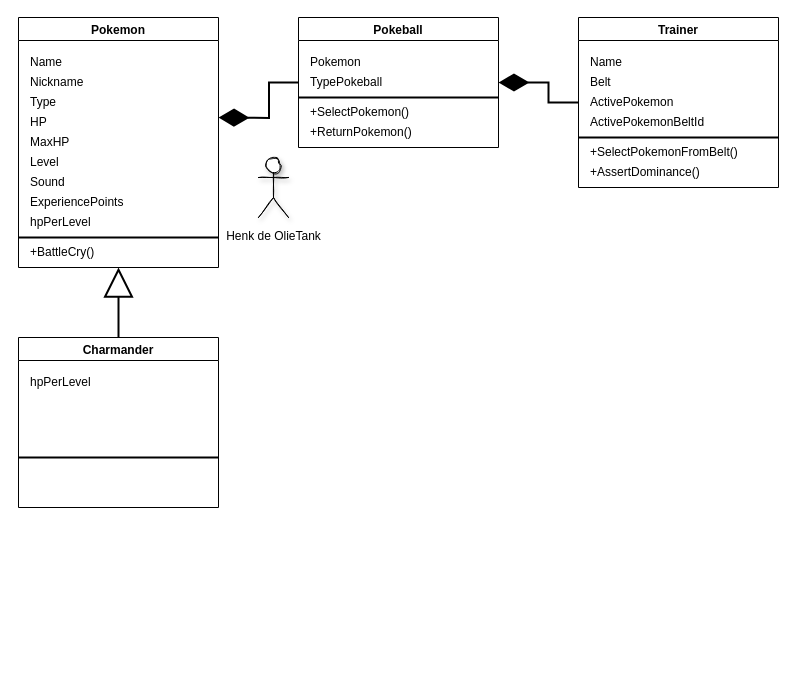
Above: year 2/oop/assignment 1/assignment 1/class diagram.drawio in oldmartijntje/Davinki (draw.io), before the change. Source tidied: cells renumbered, new cells numbered last; positions are measured from the earlier drawing's top-left corner, leaving out a move shared by most shapes. Both pictures are drawn from the tidied source at 100%, with x=0, y=0 at pixel (18, 17).
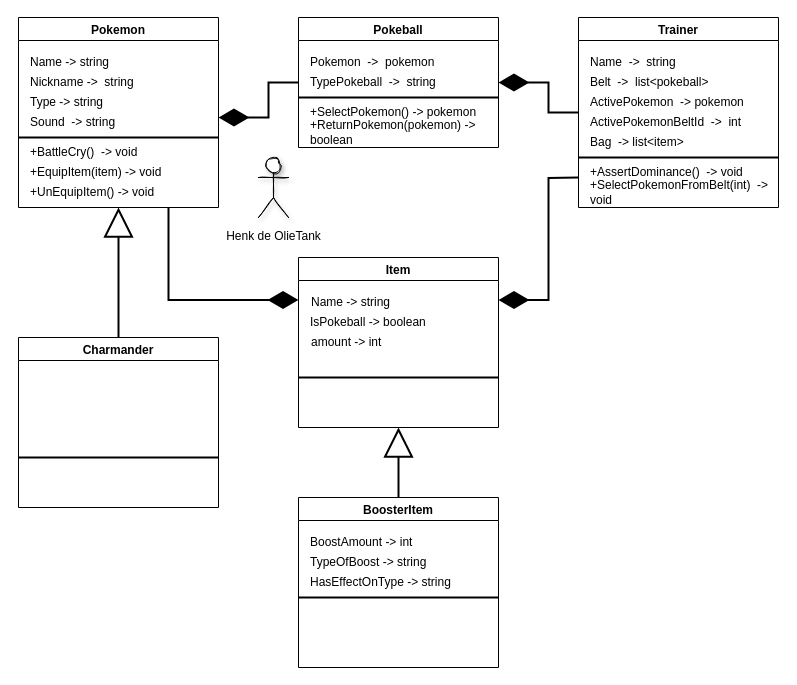
The same diagram, later.

Unchanged cells that the change refers to:
```xml
<mxCell id="15" value="Pokeball" style="swimlane;fillStyle=auto;fillColor=default;swimlaneFillColor=default;" parent="1" vertex="1">
  <mxGeometry x="280" width="200" height="130" as="geometry" />
</mxCell>
<mxCell id="32" value="Charmander" style="swimlane;fillStyle=auto;fillColor=default;swimlaneFillColor=default;" parent="1" vertex="1">
  <mxGeometry y="320" width="200" height="170" as="geometry" />
</mxCell>
```

Change to the diagram source:
```diff
@@
+    <mxCell id="35" style="edgeStyle=orthogonalEdgeStyle;rounded=0;jettySize=auto;html=1;exitX=0.75;exitY=1;exitDx=0;exitDy=0;entryX=0;entryY=0.25;entryDx=0;entryDy=0;strokeWidth=2;startSize=25;endSize=25;endArrow=diamondThin;endFill=1;" parent="1" edge="1" source="2" target="39">
+      <mxGeometry relative="1" as="geometry" />
+    </mxCell>
     <mxCell id="2" value="Pokemon" style="swimlane;fillStyle=auto;fillColor=default;swimlaneFillColor=default;" parent="1" vertex="1">
-      <mxGeometry width="200" height="250" as="geometry" />
+      <mxGeometry width="200" height="190" as="geometry" />
     </mxCell>
-    <mxCell id="3" value="Name" style="text;html=1;strokeColor=none;fillColor=none;align=left;verticalAlign=middle;whiteSpace=wrap;rounded=0;fillStyle=auto;" parent="2" vertex="1">
-      <mxGeometry x="10" y="30" width="60" height="30" as="geometry" />
+    <mxCell id="3" value="Name -&amp;gt; string" style="text;html=1;strokeColor=none;fillColor=none;align=left;verticalAlign=middle;whiteSpace=wrap;rounded=0;fillStyle=auto;" parent="2" vertex="1">
+      <mxGeometry x="10" y="30" width="180" height="30" as="geometry" />
     </mxCell>
-    <mxCell id="4" value="Nickname" style="text;html=1;strokeColor=none;fillColor=none;align=left;verticalAlign=middle;whiteSpace=wrap;rounded=0;fillStyle=auto;" parent="2" vertex="1">
-      <mxGeometry x="10" y="50" width="60" height="30" as="geometry" />
+    <mxCell id="4" value="Nickname&amp;nbsp;-&amp;gt;&amp;nbsp; string" style="text;html=1;strokeColor=none;fillColor=none;align=left;verticalAlign=middle;whiteSpace=wrap;rounded=0;fillStyle=auto;" parent="2" vertex="1">
+      <mxGeometry x="10" y="50" width="180" height="30" as="geometry" />
     </mxCell>
-    <mxCell id="5" value="Type" style="text;html=1;strokeColor=none;fillColor=none;align=left;verticalAlign=middle;whiteSpace=wrap;rounded=0;fillStyle=auto;" parent="2" vertex="1">
-      <mxGeometry x="10" y="70" width="60" height="30" as="geometry" />
+    <mxCell id="5" value="Type&amp;nbsp;-&amp;gt; string" style="text;html=1;strokeColor=none;fillColor=none;align=left;verticalAlign=middle;whiteSpace=wrap;rounded=0;fillStyle=auto;" parent="2" vertex="1">
+      <mxGeometry x="10" y="70" width="180" height="30" as="geometry" />
     </mxCell>
-    <mxCell id="6" value="HP" style="text;html=1;strokeColor=none;fillColor=none;align=left;verticalAlign=middle;whiteSpace=wrap;rounded=0;fillStyle=auto;" parent="2" vertex="1">
-      <mxGeometry x="10" y="90" width="60" height="30" as="geometry" />
-    </mxCell>
-    <mxCell id="7" value="MaxHP" style="text;html=1;strokeColor=none;fillColor=none;align=left;verticalAlign=middle;whiteSpace=wrap;rounded=0;fillStyle=auto;" parent="2" vertex="1">
-      <mxGeometry x="10" y="110" width="60" height="30" as="geometry" />
-    </mxCell>
-    <mxCell id="8" value="Level" style="text;html=1;strokeColor=none;fillColor=none;align=left;verticalAlign=middle;whiteSpace=wrap;rounded=0;fillStyle=auto;" parent="2" vertex="1">
-      <mxGeometry x="10" y="130" width="60" height="30" as="geometry" />
-    </mxCell>
-    <mxCell id="9" value="Sound" style="text;html=1;strokeColor=none;fillColor=none;align=left;verticalAlign=middle;whiteSpace=wrap;rounded=0;fillStyle=auto;" parent="2" vertex="1">
-      <mxGeometry x="10" y="150" width="60" height="30" as="geometry" />
+    <mxCell id="9" value="Sound&amp;nbsp;&amp;nbsp;-&amp;gt; string" style="text;html=1;strokeColor=none;fillColor=none;align=left;verticalAlign=middle;whiteSpace=wrap;rounded=0;fillStyle=auto;" parent="2" vertex="1">
+      <mxGeometry x="10" y="90" width="180" height="30" as="geometry" />
     </mxCell>
-    <mxCell id="10" value="+BattleCry()" style="text;html=1;align=left;verticalAlign=middle;strokeColor=none;fillColor=none;" parent="2" vertex="1">
-      <mxGeometry x="10" y="220" width="90" height="30" as="geometry" />
+    <mxCell id="10" value="+EquipItem(item) -&amp;gt; void" style="text;html=1;align=left;verticalAlign=middle;strokeColor=none;fillColor=none;" parent="2" vertex="1">
+      <mxGeometry x="10" y="140" width="150" height="30" as="geometry" />
     </mxCell>
-    <mxCell id="11" value="ExperiencePoints" style="text;html=1;strokeColor=none;fillColor=none;align=left;verticalAlign=middle;whiteSpace=wrap;rounded=0;fillStyle=auto;" parent="2" vertex="1">
-      <mxGeometry x="10" y="170" width="60" height="30" as="geometry" />
-    </mxCell>
     <mxCell id="12" style="endArrow=none;html=1;rounded=0;strokeColor=default;strokeWidth=2;startSize=6;endSize=25;jumpStyle=none;jumpSize=6;" parent="2" edge="1">
       <mxGeometry relative="1" as="geometry">
-        <mxPoint y="220" as="sourcePoint" />
-        <mxPoint x="200" y="220" as="targetPoint" />
+        <mxPoint y="120" as="sourcePoint" />
+        <mxPoint x="200" y="120" as="targetPoint" />
       </mxGeometry>
     </mxCell>
-    <mxCell id="13" value="hpPerLevel" style="text;html=1;strokeColor=none;fillColor=none;align=left;verticalAlign=middle;whiteSpace=wrap;rounded=0;fillStyle=auto;" parent="2" vertex="1">
-      <mxGeometry x="10" y="190" width="180" height="30" as="geometry" />
-    </mxCell>
+    <mxCell id="36" value="+BattleCry()&amp;nbsp;&lt;span style=&quot;&quot;&gt;&amp;nbsp;-&amp;gt; void&lt;/span&gt;" style="text;html=1;align=left;verticalAlign=middle;strokeColor=none;fillColor=none;" parent="2" vertex="1">
+      <mxGeometry x="10" y="120" width="130" height="30" as="geometry" />
+    </mxCell>
+    <mxCell id="37" value="+UnEquipItem() -&amp;gt; void" style="text;html=1;align=left;verticalAlign=middle;strokeColor=none;fillColor=none;" parent="2" vertex="1">
+      <mxGeometry x="10" y="160" width="150" height="30" as="geometry" />
+    </mxCell>
     <mxCell id="14" style="edgeStyle=orthogonalEdgeStyle;rounded=0;jettySize=auto;html=1;exitX=0;exitY=0.5;exitDx=0;exitDy=0;endArrow=diamondThin;endFill=1;jumpSize=6;strokeWidth=2;startArrow=none;startFill=0;jumpStyle=none;strokeColor=default;startSize=6;endSize=25;" parent="1" edge="1" source="15">
       <mxGeometry relative="1" as="geometry">
         <mxPoint x="200" y="100" as="targetPoint" />
+        <Array as="points">
+          <mxPoint x="250" y="65" />
+          <mxPoint x="250" y="100" />
+        </Array>
       </mxGeometry>
     </mxCell>
@@
-    <mxCell id="16" value="Pokemon" style="text;html=1;strokeColor=none;fillColor=none;align=left;verticalAlign=middle;whiteSpace=wrap;rounded=0;fillStyle=auto;" parent="15" vertex="1">
-      <mxGeometry x="10" y="30" width="60" height="30" as="geometry" />
+    <mxCell id="16" value="Pokemon&amp;nbsp;&amp;nbsp;-&amp;gt;&amp;nbsp; pokemon" style="text;html=1;strokeColor=none;fillColor=none;align=left;verticalAlign=middle;whiteSpace=wrap;rounded=0;fillStyle=auto;" parent="15" vertex="1">
+      <mxGeometry x="10" y="30" width="180" height="30" as="geometry" />
     </mxCell>
-    <mxCell id="17" value="TypePokeball" style="text;html=1;strokeColor=none;fillColor=none;align=left;verticalAlign=middle;whiteSpace=wrap;rounded=0;fillStyle=auto;" parent="15" vertex="1">
-      <mxGeometry x="10" y="50" width="60" height="30" as="geometry" />
+    <mxCell id="17" value="TypePokeball&amp;nbsp;&amp;nbsp;-&amp;gt;&amp;nbsp; string" style="text;html=1;strokeColor=none;fillColor=none;align=left;verticalAlign=middle;whiteSpace=wrap;rounded=0;fillStyle=auto;" parent="15" vertex="1">
+      <mxGeometry x="10" y="50" width="180" height="30" as="geometry" />
     </mxCell>
@@
-    <mxCell id="19" value="+SelectPokemon()" style="text;html=1;strokeColor=none;fillColor=none;align=left;verticalAlign=middle;whiteSpace=wrap;rounded=0;fillStyle=auto;" parent="15" vertex="1">
+    <mxCell id="19" value="+SelectPokemon()&amp;nbsp;-&amp;gt; pokemon" style="text;html=1;strokeColor=none;fillColor=none;align=left;verticalAlign=middle;whiteSpace=wrap;rounded=0;fillStyle=auto;" parent="15" vertex="1">
       <mxGeometry x="10" y="80" width="180" height="30" as="geometry" />
     </mxCell>
-    <mxCell id="20" value="+ReturnPokemon()" style="text;html=1;strokeColor=none;fillColor=none;align=left;verticalAlign=middle;whiteSpace=wrap;rounded=0;fillStyle=auto;" parent="15" vertex="1">
+    <mxCell id="20" value="+ReturnPokemon(pokemon)&amp;nbsp;-&amp;gt; boolean" style="text;html=1;strokeColor=none;fillColor=none;align=left;verticalAlign=middle;whiteSpace=wrap;rounded=0;fillStyle=auto;" parent="15" vertex="1">
       <mxGeometry x="10" y="100" width="180" height="30" as="geometry" />
     </mxCell>
@@
     <mxCell id="23" value="Trainer" style="swimlane;fillStyle=auto;fillColor=default;swimlaneFillColor=default;" parent="1" vertex="1">
-      <mxGeometry x="560" width="200" height="170" as="geometry" />
+      <mxGeometry x="560" width="200" height="190" as="geometry" />
     </mxCell>
-    <mxCell id="24" value="Name" style="text;html=1;strokeColor=none;fillColor=none;align=left;verticalAlign=middle;whiteSpace=wrap;rounded=0;fillStyle=auto;" parent="23" vertex="1">
+    <mxCell id="24" value="Name&amp;nbsp;&amp;nbsp;-&amp;gt;&amp;nbsp; string" style="text;html=1;strokeColor=none;fillColor=none;align=left;verticalAlign=middle;whiteSpace=wrap;rounded=0;fillStyle=auto;" parent="23" vertex="1">
       <mxGeometry x="10" y="30" width="180" height="30" as="geometry" />
     </mxCell>
-    <mxCell id="25" value="Belt" style="text;html=1;strokeColor=none;fillColor=none;align=left;verticalAlign=middle;whiteSpace=wrap;rounded=0;fillStyle=auto;" parent="23" vertex="1">
+    <mxCell id="25" value="Belt&amp;nbsp;&amp;nbsp;-&amp;gt;&amp;nbsp; list&amp;lt;pokeball&amp;gt;" style="text;html=1;strokeColor=none;fillColor=none;align=left;verticalAlign=middle;whiteSpace=wrap;rounded=0;fillStyle=auto;" parent="23" vertex="1">
       <mxGeometry x="10" y="50" width="180" height="30" as="geometry" />
     </mxCell>
     <mxCell id="26" style="endArrow=none;html=1;rounded=0;strokeColor=default;strokeWidth=2;startSize=6;endSize=25;jumpStyle=none;jumpSize=6;" parent="23" edge="1">
       <mxGeometry relative="1" as="geometry">
-        <mxPoint y="120" as="sourcePoint" />
-        <mxPoint x="200" y="120" as="targetPoint" />
+        <mxPoint y="140" as="sourcePoint" />
+        <mxPoint x="200" y="140" as="targetPoint" />
       </mxGeometry>
     </mxCell>
-    <mxCell id="27" value="+SelectPokemonFromBelt()" style="text;html=1;strokeColor=none;fillColor=none;align=left;verticalAlign=middle;whiteSpace=wrap;rounded=0;fillStyle=auto;" parent="23" vertex="1">
-      <mxGeometry x="10" y="120" width="180" height="30" as="geometry" />
+    <mxCell id="27" value="+SelectPokemonFromBelt(int)&amp;nbsp;&amp;nbsp;-&amp;gt; void" style="text;html=1;strokeColor=none;fillColor=none;align=left;verticalAlign=middle;whiteSpace=wrap;rounded=0;fillStyle=auto;" parent="23" vertex="1">
+      <mxGeometry x="10" y="160" width="190" height="30" as="geometry" />
     </mxCell>
-    <mxCell id="28" value="+AssertDominance()" style="text;html=1;strokeColor=none;fillColor=none;align=left;verticalAlign=middle;whiteSpace=wrap;rounded=0;fillStyle=auto;" parent="23" vertex="1">
+    <mxCell id="28" value="+AssertDominance()&amp;nbsp;&amp;nbsp;-&amp;gt; void" style="text;html=1;strokeColor=none;fillColor=none;align=left;verticalAlign=middle;whiteSpace=wrap;rounded=0;fillStyle=auto;" parent="23" vertex="1">
       <mxGeometry x="10" y="140" width="180" height="30" as="geometry" />
     </mxCell>
-    <mxCell id="29" value="ActivePokemon" style="text;html=1;strokeColor=none;fillColor=none;align=left;verticalAlign=middle;whiteSpace=wrap;rounded=0;fillStyle=auto;" parent="23" vertex="1">
+    <mxCell id="29" value="ActivePokemon&amp;nbsp;&amp;nbsp;-&amp;gt; pokemon" style="text;html=1;strokeColor=none;fillColor=none;align=left;verticalAlign=middle;whiteSpace=wrap;rounded=0;fillStyle=auto;" parent="23" vertex="1">
       <mxGeometry x="10" y="70" width="180" height="30" as="geometry" />
     </mxCell>
-    <mxCell id="30" value="ActivePokemonBeltId" style="text;html=1;strokeColor=none;fillColor=none;align=left;verticalAlign=middle;whiteSpace=wrap;rounded=0;fillStyle=auto;" parent="23" vertex="1">
+    <mxCell id="30" value="ActivePokemonBeltId&amp;nbsp;&amp;nbsp;-&amp;gt;&amp;nbsp; int" style="text;html=1;strokeColor=none;fillColor=none;align=left;verticalAlign=middle;whiteSpace=wrap;rounded=0;fillStyle=auto;" parent="23" vertex="1">
       <mxGeometry x="10" y="90" width="180" height="30" as="geometry" />
     </mxCell>
+    <mxCell id="38" value="Bag&amp;nbsp;&amp;nbsp;-&amp;gt;&amp;nbsp;list&amp;lt;item&amp;gt;" style="text;html=1;strokeColor=none;fillColor=none;align=left;verticalAlign=middle;whiteSpace=wrap;rounded=0;fillStyle=auto;" parent="23" vertex="1">
+      <mxGeometry x="10" y="110" width="180" height="30" as="geometry" />
+    </mxCell>
-    <mxCell id="31" style="edgeStyle=orthogonalEdgeStyle;rounded=0;jumpStyle=none;jumpSize=6;jettySize=auto;html=1;strokeColor=default;strokeWidth=2;startArrow=none;startFill=0;endArrow=block;endFill=0;startSize=6;endSize=25;" parent="1" edge="1" source="32">
-      <mxGeometry relative="1" as="geometry">
-        <mxPoint x="100" y="250" as="targetPoint" />
-      </mxGeometry>
+    <mxCell id="31" style="edgeStyle=orthogonalEdgeStyle;rounded=0;jumpStyle=none;jumpSize=6;jettySize=auto;html=1;strokeColor=default;strokeWidth=2;startArrow=none;startFill=0;endArrow=block;endFill=0;startSize=6;endSize=25;entryX=0.5;entryY=1;entryDx=0;entryDy=0;" parent="1" edge="1" source="32" target="2">
+      <mxGeometry relative="1" as="geometry" />
     </mxCell>
@@
-    <mxCell id="33" value="hpPerLevel" style="text;html=1;strokeColor=none;fillColor=none;align=left;verticalAlign=middle;whiteSpace=wrap;rounded=0;fillStyle=auto;" parent="32" vertex="1">
-      <mxGeometry x="10" y="30" width="180" height="30" as="geometry" />
-    </mxCell>
@@
+    <mxCell id="39" value="Item" style="swimlane;fillStyle=auto;fillColor=default;swimlaneFillColor=default;" parent="1" vertex="1">
+      <mxGeometry x="280" y="240" width="200" height="170" as="geometry" />
+    </mxCell>
+    <mxCell id="40" style="endArrow=none;html=1;rounded=0;strokeColor=default;strokeWidth=2;startSize=6;endSize=25;jumpStyle=none;jumpSize=6;" parent="39" edge="1">
+      <mxGeometry relative="1" as="geometry">
+        <mxPoint y="120" as="sourcePoint" />
+        <mxPoint x="200" y="120" as="targetPoint" />
+      </mxGeometry>
+    </mxCell>
+    <mxCell id="41" value="Name&amp;nbsp;-&amp;gt; string" style="text;html=1;strokeColor=none;fillColor=none;align=left;verticalAlign=middle;whiteSpace=wrap;rounded=0;fillStyle=auto;" parent="39" vertex="1">
+      <mxGeometry x="11" y="30" width="180" height="30" as="geometry" />
+    </mxCell>
+    <mxCell id="42" value="IsPokeball&amp;nbsp;-&amp;gt; boolean" style="text;html=1;strokeColor=none;fillColor=none;align=left;verticalAlign=middle;whiteSpace=wrap;rounded=0;fillStyle=auto;" parent="39" vertex="1">
+      <mxGeometry x="10" y="50" width="180" height="30" as="geometry" />
+    </mxCell>
+    <mxCell id="43" value="amount -&amp;gt; int&amp;nbsp;" style="text;html=1;strokeColor=none;fillColor=none;align=left;verticalAlign=middle;whiteSpace=wrap;rounded=0;fillStyle=auto;" parent="39" vertex="1">
+      <mxGeometry x="11" y="70" width="180" height="30" as="geometry" />
+    </mxCell>
+    <mxCell id="44" style="edgeStyle=orthogonalEdgeStyle;rounded=0;jettySize=auto;html=1;entryX=1;entryY=0.25;entryDx=0;entryDy=0;strokeWidth=2;endArrow=diamondThin;endFill=1;startSize=25;endSize=25;" parent="1" edge="1" target="39">
+      <mxGeometry relative="1" as="geometry">
+        <mxPoint x="560" y="160" as="sourcePoint" />
+      </mxGeometry>
+    </mxCell>
+    <mxCell id="45" style="edgeStyle=orthogonalEdgeStyle;rounded=0;jettySize=auto;html=1;entryX=0.5;entryY=1;entryDx=0;entryDy=0;strokeWidth=2;endArrow=block;endFill=0;startSize=25;endSize=25;" parent="1" edge="1" source="46" target="39">
+      <mxGeometry relative="1" as="geometry" />
+    </mxCell>
+    <mxCell id="46" value="BoosterItem" style="swimlane;fillStyle=auto;fillColor=default;swimlaneFillColor=default;" parent="1" vertex="1">
+      <mxGeometry x="280" y="480" width="200" height="170" as="geometry" />
+    </mxCell>
+    <mxCell id="47" style="endArrow=none;html=1;rounded=0;strokeColor=default;strokeWidth=2;startSize=6;endSize=25;jumpStyle=none;jumpSize=6;" parent="46" edge="1">
+      <mxGeometry relative="1" as="geometry">
+        <mxPoint y="100" as="sourcePoint" />
+        <mxPoint x="200" y="100" as="targetPoint" />
+      </mxGeometry>
+    </mxCell>
+    <mxCell id="48" value="BoostAmount&amp;nbsp;-&amp;gt; int" style="text;html=1;strokeColor=none;fillColor=none;align=left;verticalAlign=middle;whiteSpace=wrap;rounded=0;fillStyle=auto;" parent="46" vertex="1">
+      <mxGeometry x="10" y="30" width="180" height="30" as="geometry" />
+    </mxCell>
+    <mxCell id="49" value="TypeOfBoost&amp;nbsp;-&amp;gt; string" style="text;html=1;strokeColor=none;fillColor=none;align=left;verticalAlign=middle;whiteSpace=wrap;rounded=0;fillStyle=auto;" parent="46" vertex="1">
+      <mxGeometry x="10" y="50" width="180" height="30" as="geometry" />
+    </mxCell>
+    <mxCell id="50" value="HasEffectOnType&amp;nbsp;-&amp;gt; string" style="text;html=1;strokeColor=none;fillColor=none;align=left;verticalAlign=middle;whiteSpace=wrap;rounded=0;fillStyle=auto;" parent="46" vertex="1">
+      <mxGeometry x="10" y="70" width="180" height="30" as="geometry" />
+    </mxCell>
```
